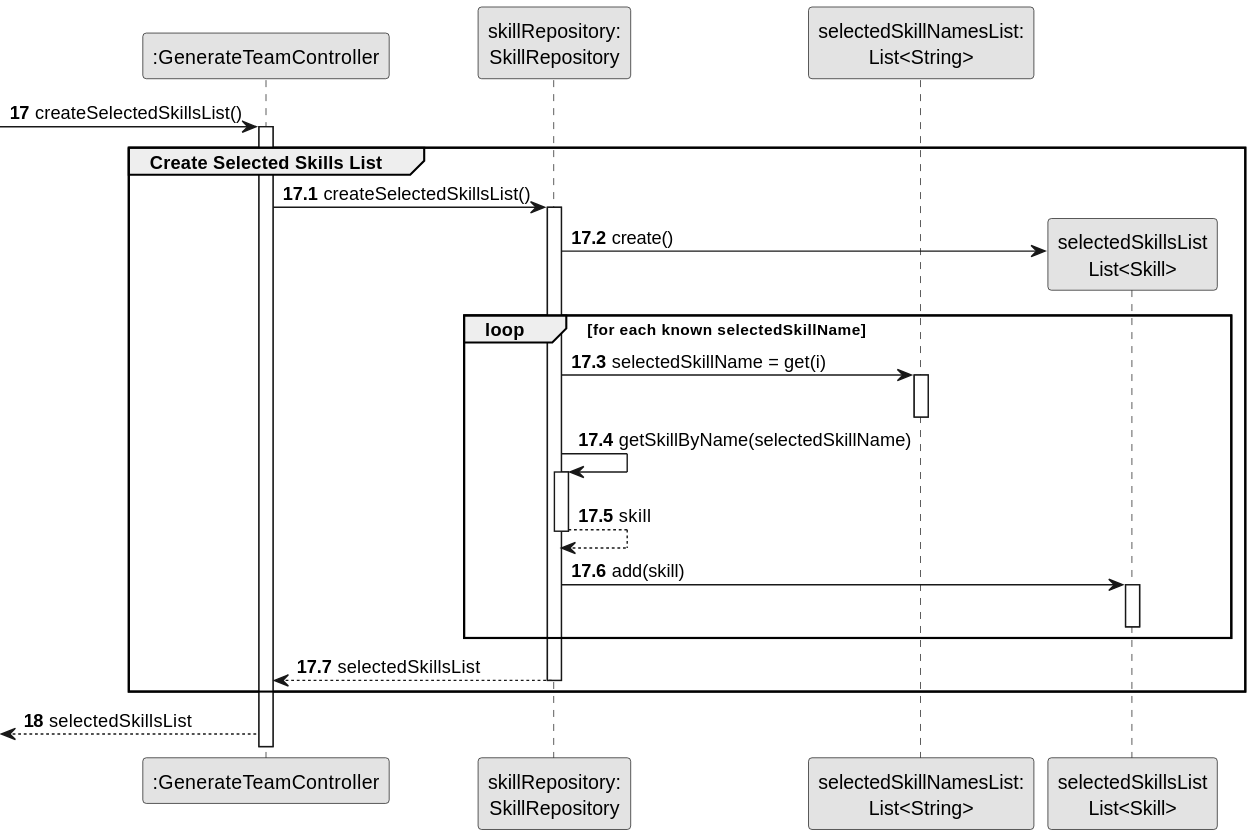
Before: docs/sprintB/us005/03.design/svg/us005-sequence-diagram-partial-create-selected-skills-list.svg, a diagram exported from PlantUML (Departamento-de-Engenharia-Informatica/lei-24-s2-1dm-g132).
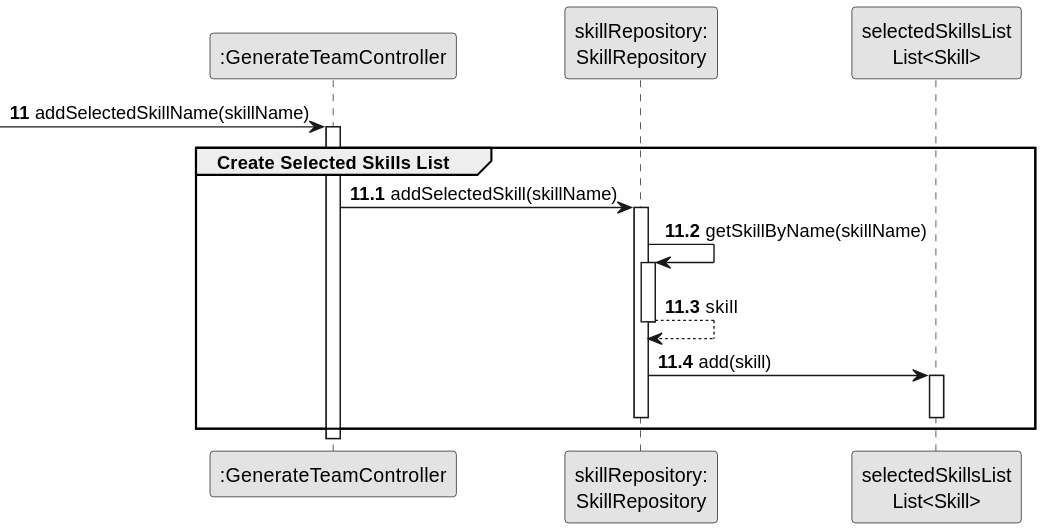
Later version of the same file.

Commit message:
US05 sequence diagrams update

Change to the diagram source:
```diff
@@ -3,32 +3,22 @@
 skinparam packageStyle rectangle
 skinparam shadowing false
 
-autonumber 17
+autonumber 11
 
 participant ":GenerateTeamController" as CTRL
 participant "skillRepository:\nSkillRepository" as SkillRepository
-participant "selectedSkillNamesList:\nList<String>" as selectedSkillNamesList
 participant "selectedSkillsList\nList<Skill>" as selectedSkillsList
 
-     -> CTRL : createSelectedSkillsList()
-            activate CTRL
+-> CTRL : addSelectedSkillName(skillName)
+        autonumber 11.1
+        group Create Selected Skills List
 
-            autonumber 17.1
-            group Create Selected Skills List
+        activate CTRL
 
-CTRL -> SkillRepository : createSelectedSkillsList()
+            CTRL -> SkillRepository: addSelectedSkill(skillName)
             activate SkillRepository
 
-                SkillRepository -> selectedSkillsList** : create()
-
-                loop for each known selectedSkillName
-
-                SkillRepository -> selectedSkillNamesList : selectedSkillName = get(i)
-                activate selectedSkillNamesList
-
-                deactivate selectedSkillNamesList
-
-                SkillRepository -> SkillRepository: getSkillByName(selectedSkillName)
+                SkillRepository -> SkillRepository: getSkillByName(skillName)
                 activate SkillRepository
 
                 SkillRepository --> SkillRepository: skill
@@ -39,12 +29,9 @@
 
                 deactivate selectedSkillsList
 
-                end loop
-
-                SkillRepository --> CTRL : selectedSkillsList
                 deactivate SkillRepository
 
                 end group
-                autonumber 18
-                <-- CTRL : selectedSkillsList
+
+            deactivate CTRL
 @enduml
```
